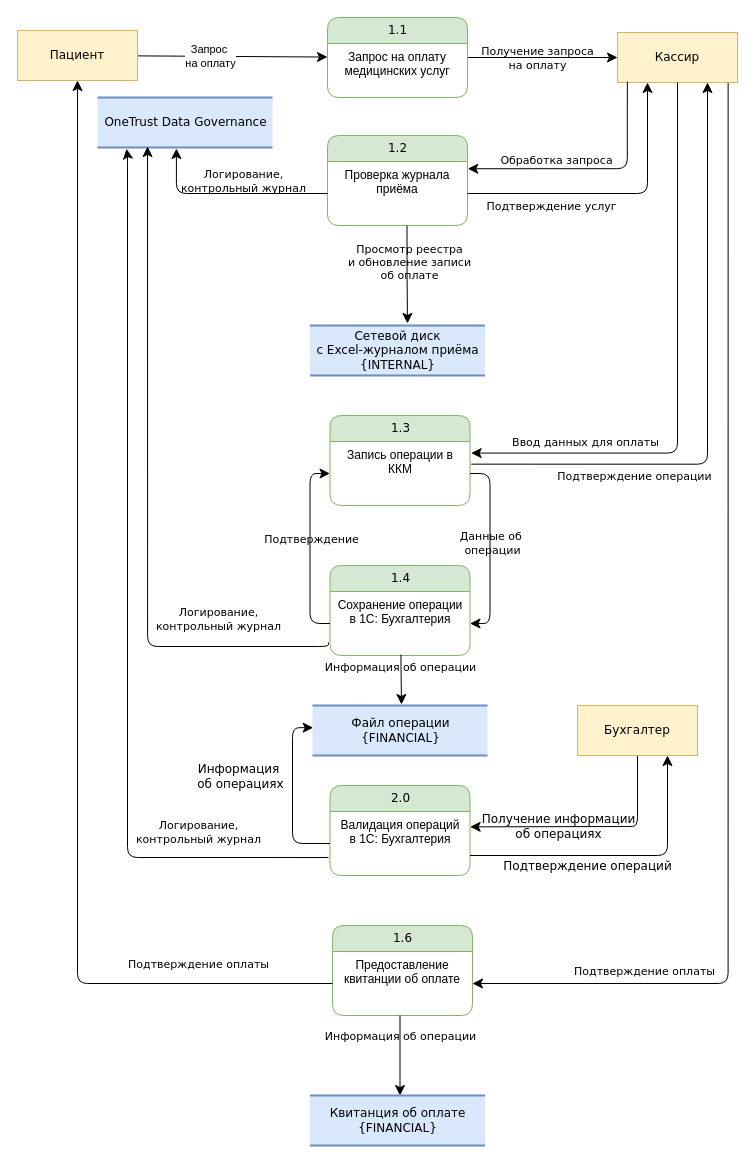
The draw.io diagram page "Обработка платежей" (4 of 5) of Exc1/DFD-DataLinage.drawio in denrzv/yp-architecture-sprint-10, before the edit. Source tidied: cells renumbered, new cells numbered last; positions are measured from the earlier drawing's top-left corner, leaving out a move shared by most shapes. Both pictures are drawn from the tidied source at 100%, with x=0, y=0 at pixel (17, 17).
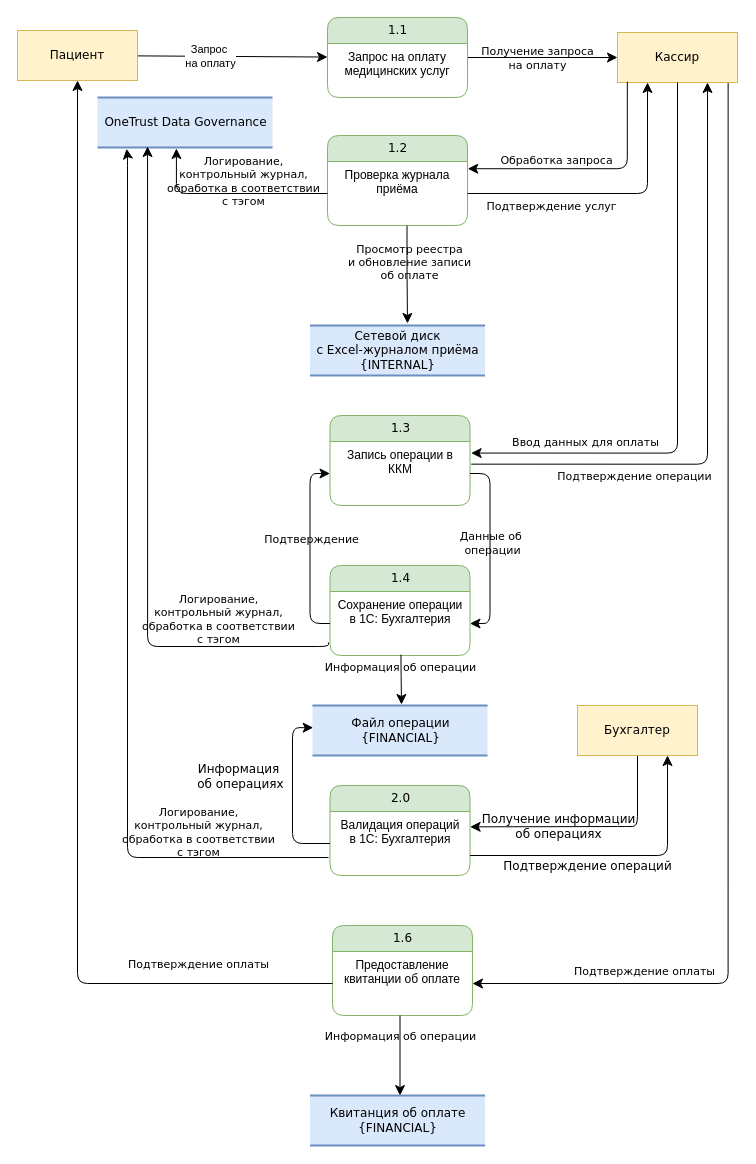
The same diagram, later.

Unchanged cells that the change refers to:
```xml
<mxCell id="53" style="edgeStyle=orthogonalEdgeStyle;html=1;labelBackgroundColor=none;startFill=0;startSize=8;endFill=1;endSize=8;fontFamily=Verdana;fontSize=12;exitX=0;exitY=0.5;exitDx=0;exitDy=0;entryX=0.451;entryY=1.02;entryDx=0;entryDy=0;entryPerimeter=0;" parent="1" edge="1" target="52">
  <mxGeometry relative="1" as="geometry">
    <mxPoint x="310" y="176" as="sourcePoint" />
    <Array as="points">
      <mxPoint x="159" y="176" />
    </Array>
  </mxGeometry>
</mxCell>
<mxCell id="55" style="edgeStyle=orthogonalEdgeStyle;html=1;labelBackgroundColor=none;startFill=0;startSize=8;endFill=1;endSize=8;fontFamily=Verdana;fontSize=12;exitX=-0.011;exitY=0.797;exitDx=0;exitDy=0;entryX=0.286;entryY=0.98;entryDx=0;entryDy=0;entryPerimeter=0;exitPerimeter=0;" parent="1" edge="1" source="32" target="52">
  <mxGeometry relative="1" as="geometry">
    <Array as="points">
      <mxPoint x="311" y="629" />
      <mxPoint x="130" y="629" />
    </Array>
  </mxGeometry>
</mxCell>
<mxCell id="57" style="edgeStyle=orthogonalEdgeStyle;html=1;labelBackgroundColor=none;startFill=0;startSize=8;endFill=1;endSize=8;fontFamily=Verdana;fontSize=12;exitX=-0.011;exitY=0.719;exitDx=0;exitDy=0;exitPerimeter=0;entryX=0.166;entryY=1.025;entryDx=0;entryDy=0;entryPerimeter=0;" parent="1" edge="1" source="47" target="52">
  <mxGeometry relative="1" as="geometry">
    <Array as="points">
      <mxPoint x="110" y="840" />
      <mxPoint x="110" y="138" />
      <mxPoint x="109" y="138" />
    </Array>
  </mxGeometry>
</mxCell>
```

Change to the diagram source:
```diff
@@
-    <mxCell id="54" value="Логирование,&lt;div&gt;контрольный журнал&lt;/div&gt;" style="edgeLabel;html=1;align=center;verticalAlign=middle;fontFamily=Verdana;fontSize=11;fontColor=default;labelBackgroundColor=none;" parent="53" vertex="1">
+    <mxCell id="54" value="Логирование,&lt;div&gt;контрольный журнал&lt;span style=&quot;background-color: transparent; color: light-dark(rgb(0, 0, 0), rgb(255, 255, 255));&quot;&gt;,&lt;/span&gt;&lt;/div&gt;&lt;div&gt;обработка в соответствии&lt;/div&gt;&lt;div&gt;с тэгом&lt;/div&gt;" style="edgeLabel;html=1;align=center;verticalAlign=middle;fontFamily=Verdana;fontSize=11;fontColor=default;labelBackgroundColor=none;" parent="53" vertex="1">
       <mxGeometry x="0.01" y="-3" relative="1" as="geometry">
         <mxPoint x="14" y="-10" as="offset" />
       </mxGeometry>
     </mxCell>
@@
-    <mxCell id="56" value="Логирование,&lt;div&gt;контрольный журнал&lt;/div&gt;" style="edgeLabel;html=1;align=center;verticalAlign=middle;fontFamily=Verdana;fontSize=11;fontColor=default;labelBackgroundColor=none;" parent="55" vertex="1">
+    <mxCell id="56" value="Логирование,&lt;div&gt;контрольный журнал&lt;span style=&quot;background-color: transparent; color: light-dark(rgb(0, 0, 0), rgb(255, 255, 255));&quot;&gt;,&lt;/span&gt;&lt;/div&gt;&lt;div&gt;обработка в соответствии&lt;/div&gt;&lt;div&gt;с тэгом&lt;/div&gt;" style="edgeLabel;html=1;align=center;verticalAlign=middle;fontFamily=Verdana;fontSize=11;fontColor=default;labelBackgroundColor=none;" parent="55" vertex="1">
       <mxGeometry x="0.01" y="-3" relative="1" as="geometry">
         <mxPoint x="67" y="134" as="offset" />
       </mxGeometry>
     </mxCell>
@@
-    <mxCell id="58" value="Логирование,&lt;div&gt;контрольный журнал&lt;/div&gt;" style="edgeLabel;html=1;align=center;verticalAlign=middle;fontFamily=Verdana;fontSize=11;fontColor=default;labelBackgroundColor=none;" parent="57" vertex="1">
+    <mxCell id="58" value="Логирование,&lt;div&gt;контрольный журнал&lt;span style=&quot;background-color: transparent; color: light-dark(rgb(0, 0, 0), rgb(255, 255, 255));&quot;&gt;,&lt;/span&gt;&lt;/div&gt;&lt;div&gt;обработка в соответствии&lt;/div&gt;&lt;div&gt;с тэгом&lt;/div&gt;" style="edgeLabel;html=1;align=center;verticalAlign=middle;fontFamily=Verdana;fontSize=11;fontColor=default;labelBackgroundColor=none;" parent="57" vertex="1">
       <mxGeometry x="0.01" y="-3" relative="1" as="geometry">
         <mxPoint x="67" y="233" as="offset" />
       </mxGeometry>
     </mxCell>
```
